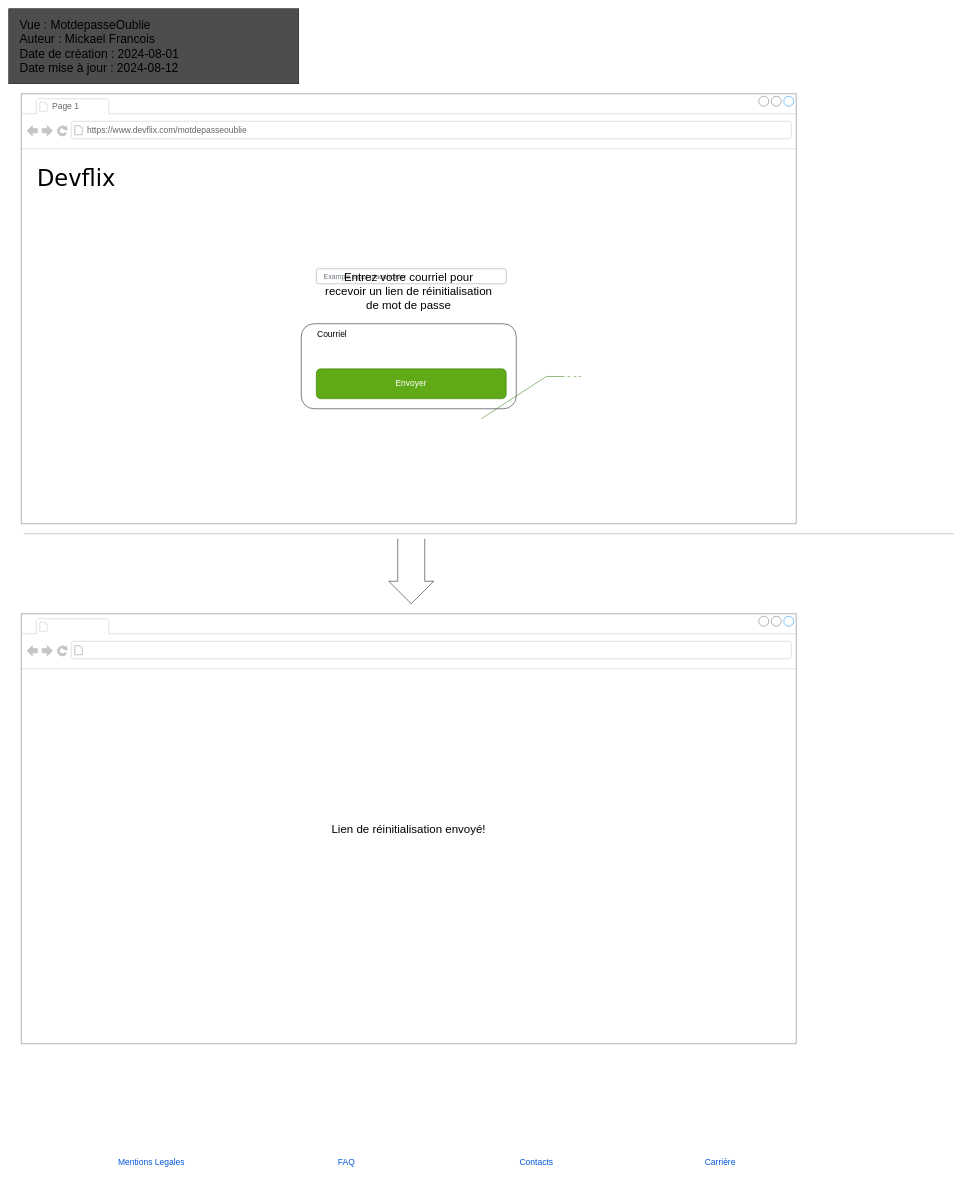
The draw.io diagram livrables/livrable3/motdepasseoubliee.drawio in MapleCialys/Projet-modification-systeme, before the edit. Source tidied: cells renumbered, new cells numbered last; positions are measured from the earlier drawing's top-left corner, leaving out a move shared by most shapes. Both pictures are drawn from the tidied source at 50%, with x=0, y=0 at pixel (8, 8).
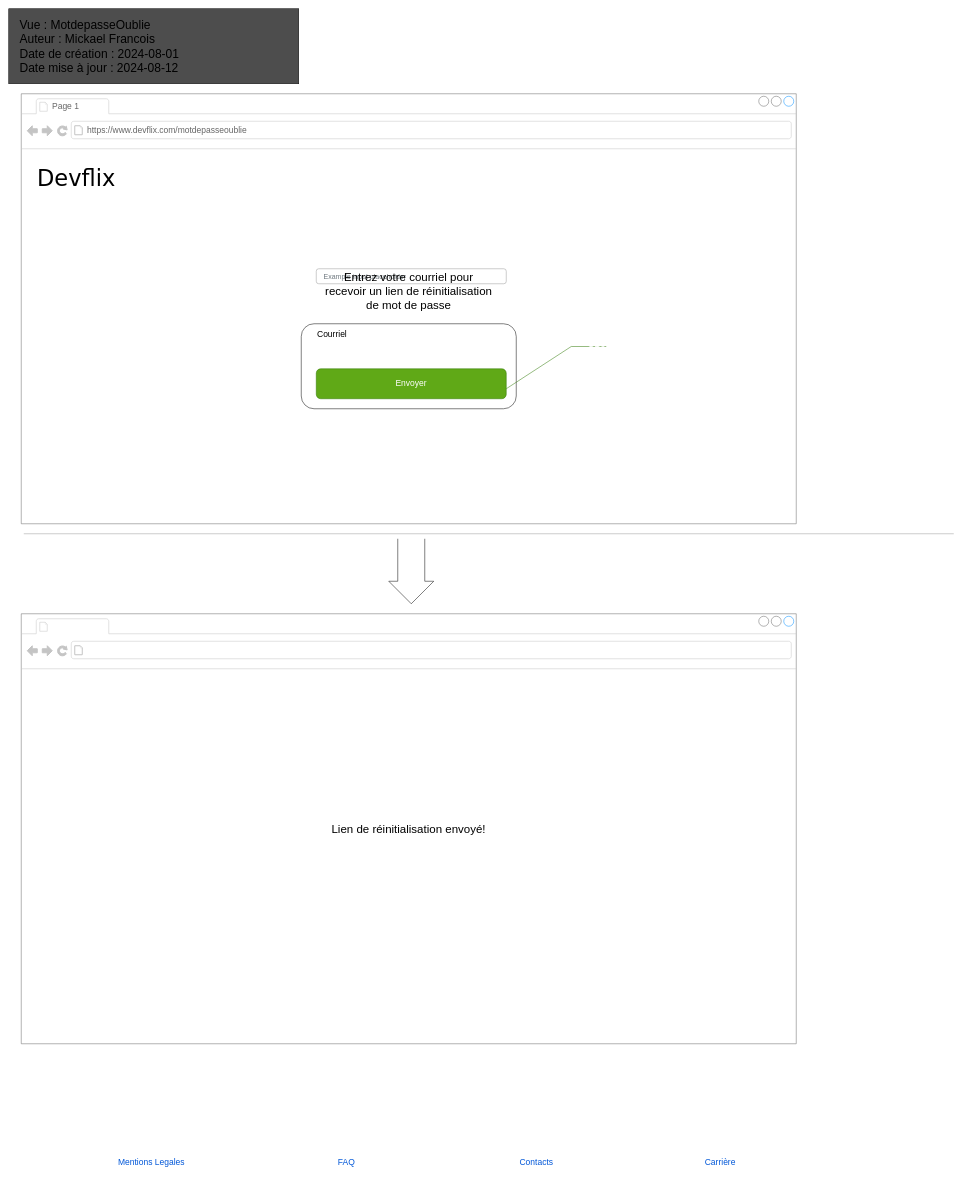
The same diagram, later.

Commit message:
Erreur num fonctionnalité

Change to the diagram source:
```diff
@@
-    <mxCell id="13" value="C15&lt;div style=&quot;font-size: 20px;&quot;&gt;&lt;br style=&quot;font-size: 20px;&quot;&gt;&lt;/div&gt;" style="strokeWidth=1;shadow=0;dashed=0;align=center;html=1;shape=mxgraph.mockup.text.callout;linkText=;textSize=17;textColor=#666666;callDir=NE;callStyle=line;fontSize=20;fontColor=#ffffff;align=right;verticalAlign=top;strokeColor=#2D7600;fillStyle=auto;fillColor=#60a917;" parent="1" vertex="1">
-      <mxGeometry x="945" y="710" width="200" height="110" as="geometry" />
+    <mxCell id="13" value="C16" style="strokeWidth=1;shadow=0;dashed=0;align=center;html=1;shape=mxgraph.mockup.text.callout;linkText=;textSize=17;textColor=#666666;callDir=NE;callStyle=line;fontSize=20;fontColor=#ffffff;align=right;verticalAlign=top;strokeColor=#2D7600;fillStyle=auto;fillColor=#60a917;" parent="1" vertex="1">
+      <mxGeometry x="995" y="650" width="200" height="110" as="geometry" />
     </mxCell>
```
